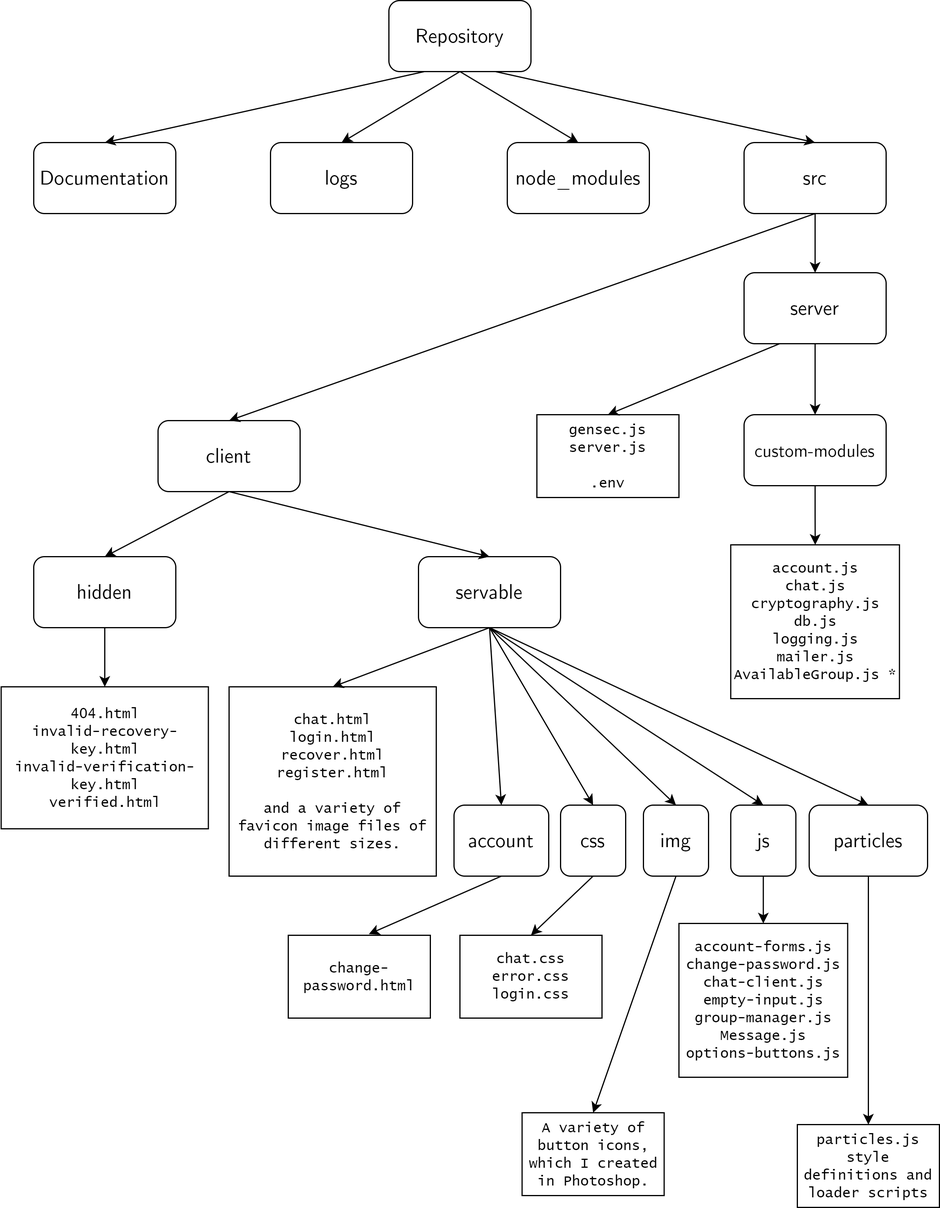
This is Documentation/Images/FileStructure.png from Matthew-Christopher/CrossTalk, a draw.io export, as it was before one commit. Source tidied: cells renumbered, new cells last; positions are measured from the earlier drawing's top-left corner, leaving out a move shared by most shapes.
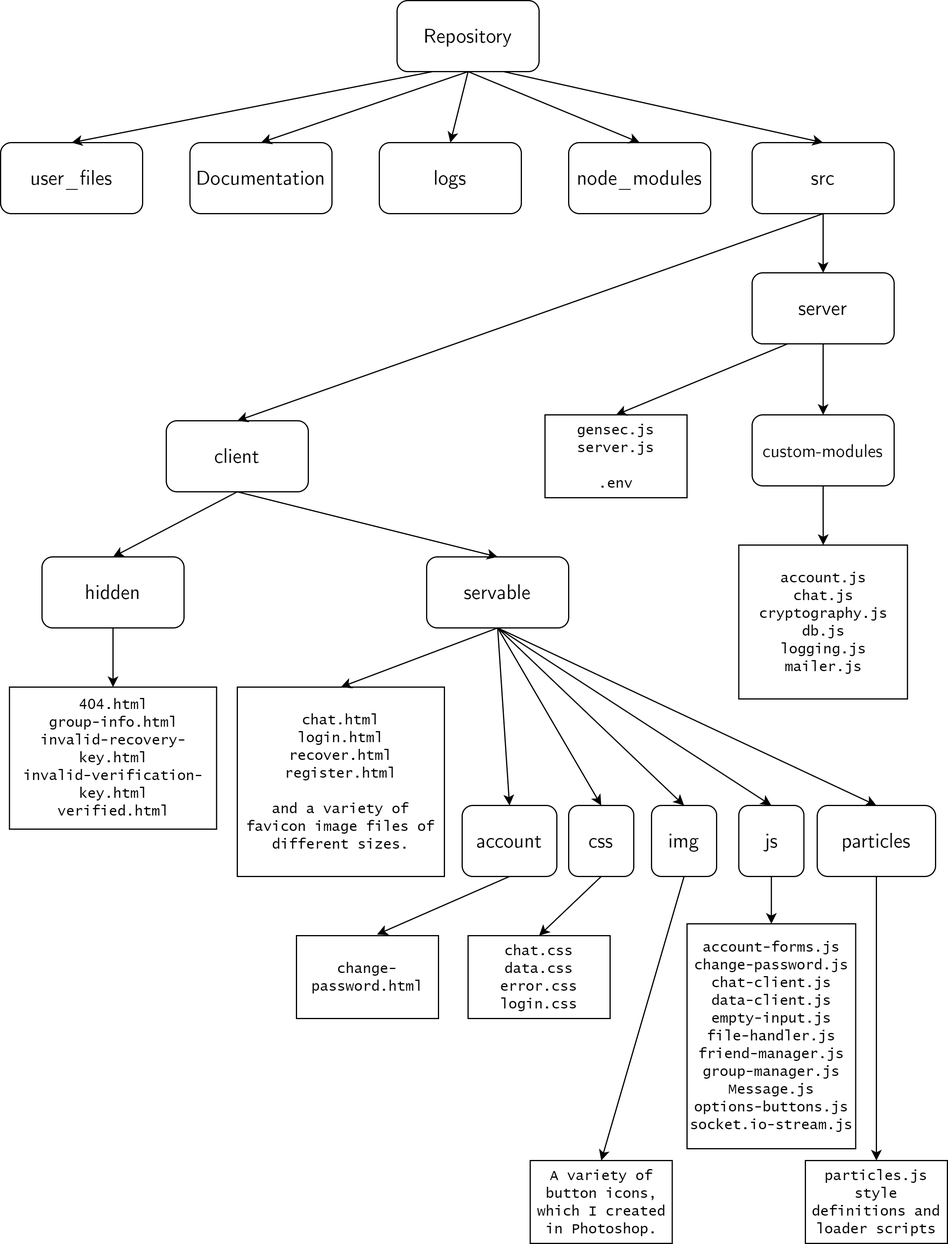
The same file after the commit.

Change to the diagram source:
```diff
@@ -6,7 +6,7 @@
       <mxGeometry x="327" width="120" height="60" as="geometry" />
     </mxCell>
     <mxCell id="3" value="&lt;font style=&quot;font-size: 17px&quot;&gt;logs&lt;/font&gt;" style="rounded=1;whiteSpace=wrap;html=1;fontFamily=CMU;fontSource=http%3A%2F%2Fmirrors.ctan.org%2Ffonts%2Fcm-unicode%2Ffonts%2Fotf%2Fcmunss.otf;" parent="1" vertex="1">
-      <mxGeometry x="227" y="120" width="120" height="60" as="geometry" />
+      <mxGeometry x="312" y="120" width="120" height="60" as="geometry" />
     </mxCell>
     <mxCell id="4" style="edgeStyle=orthogonalEdgeStyle;rounded=0;jettySize=auto;html=1;exitX=0.5;exitY=1;exitDx=0;exitDy=0;entryX=0.5;entryY=0;entryDx=0;entryDy=0;" parent="1" edge="1" source="5" target="13">
       <mxGeometry relative="1" as="geometry" />
@@ -15,12 +15,12 @@
       <mxGeometry x="627" y="120" width="120" height="60" as="geometry" />
     </mxCell>
     <mxCell id="6" value="&lt;font style=&quot;font-size: 17px&quot;&gt;Documentation&lt;/font&gt;" style="rounded=1;whiteSpace=wrap;html=1;fontFamily=CMU;fontSource=http%3A%2F%2Fmirrors.ctan.org%2Ffonts%2Fcm-unicode%2Ffonts%2Fotf%2Fcmunss.otf;" parent="1" vertex="1">
-      <mxGeometry x="27" y="120" width="120" height="60" as="geometry" />
+      <mxGeometry x="152" y="120" width="120" height="60" as="geometry" />
     </mxCell>
     <mxCell id="7" value="&lt;font style=&quot;font-size: 17px&quot;&gt;node_modules&lt;/font&gt;" style="rounded=1;whiteSpace=wrap;html=1;fontFamily=CMU;fontSource=http%3A%2F%2Fmirrors.ctan.org%2Ffonts%2Fcm-unicode%2Ffonts%2Fotf%2Fcmunss.otf;" parent="1" vertex="1">
-      <mxGeometry x="427" y="120" width="120" height="60" as="geometry" />
+      <mxGeometry x="472" y="120" width="120" height="60" as="geometry" />
     </mxCell>
-    <mxCell id="8" style="endArrow=classic;html=1;entryX=0.5;entryY=0;entryDx=0;entryDy=0;exitX=0.25;exitY=1;exitDx=0;exitDy=0;" parent="1" edge="1" source="2" target="6">
+    <mxCell id="8" style="endArrow=classic;html=1;entryX=0.5;entryY=0;entryDx=0;entryDy=0;exitX=0.5;exitY=1;exitDx=0;exitDy=0;" parent="1" edge="1" source="2" target="6">
       <mxGeometry relative="1" as="geometry" />
     </mxCell>
     <mxCell id="9" style="endArrow=classic;html=1;entryX=0.5;entryY=0;entryDx=0;entryDy=0;exitX=0.5;exitY=1;exitDx=0;exitDy=0;" parent="1" edge="1" source="2" target="3">
@@ -56,7 +56,7 @@
     <mxCell id="19" style="endArrow=classic;html=1;entryX=0.5;entryY=0;entryDx=0;entryDy=0;exitX=0.25;exitY=1;exitDx=0;exitDy=0;" parent="1" edge="1" source="13" target="16">
       <mxGeometry relative="1" as="geometry" />
     </mxCell>
-    <mxCell id="20" value="&lt;font face=&quot;Lucida Console&quot;&gt;account.js&lt;br&gt;chat.js&lt;br&gt;cryptography.js&lt;br&gt;db.js&lt;br&gt;logging.js&lt;br&gt;mailer.js&lt;br&gt;AvailableGroup.js *&lt;/font&gt;" style="rounded=0;whiteSpace=wrap;html=1;" parent="1" vertex="1">
+    <mxCell id="20" value="&lt;font face=&quot;Lucida Console&quot;&gt;account.js&lt;br&gt;chat.js&lt;br&gt;cryptography.js&lt;br&gt;db.js&lt;br&gt;logging.js&lt;br&gt;mailer.js&lt;br&gt;&lt;/font&gt;" style="rounded=0;whiteSpace=wrap;html=1;" parent="1" vertex="1">
       <mxGeometry x="615.8" y="460" width="142.5" height="130" as="geometry" />
     </mxCell>
     <mxCell id="21" style="edgeStyle=orthogonalEdgeStyle;rounded=0;jettySize=auto;html=1;exitX=0.5;exitY=1;exitDx=0;exitDy=0;entryX=0.5;entryY=0;entryDx=0;entryDy=0;" parent="1" edge="1" source="22" target="26">
@@ -74,7 +74,7 @@
     <mxCell id="25" style="endArrow=classic;html=1;exitX=0.5;exitY=1;exitDx=0;exitDy=0;entryX=0.5;entryY=0;entryDx=0;entryDy=0;" parent="1" edge="1" source="14" target="23">
       <mxGeometry relative="1" as="geometry" />
     </mxCell>
-    <mxCell id="26" value="&lt;font face=&quot;Lucida Console&quot;&gt;404.html&lt;br&gt;invalid-recovery-key.html&lt;br&gt;invalid-verification-key.html&lt;br&gt;verified.html&lt;br&gt;&lt;/font&gt;" style="rounded=0;whiteSpace=wrap;html=1;" parent="1" vertex="1">
+    <mxCell id="26" value="&lt;font face=&quot;Lucida Console&quot;&gt;404.html&lt;br&gt;group-info.html&lt;br&gt;invalid-recovery-key.html&lt;br&gt;invalid-verification-key.html&lt;br&gt;verified.html&lt;br&gt;&lt;/font&gt;" style="rounded=0;whiteSpace=wrap;html=1;" parent="1" vertex="1">
       <mxGeometry x="-0.5" y="580" width="175" height="120" as="geometry" />
     </mxCell>
     <mxCell id="27" value="&lt;font face=&quot;Lucida Console&quot;&gt;chat.html&lt;br&gt;login.html&lt;br&gt;recover.html&lt;br&gt;register.html&lt;br&gt;&lt;br&gt;and a variety of favicon image files of different sizes.&lt;br&gt;&lt;/font&gt;" style="rounded=0;whiteSpace=wrap;html=1;" parent="1" vertex="1">
@@ -121,29 +121,35 @@
     <mxCell id="40" style="endArrow=classic;html=1;entryX=0.567;entryY=-0.014;entryDx=0;entryDy=0;entryPerimeter=0;exitX=0.5;exitY=1;exitDx=0;exitDy=0;" parent="1" edge="1" source="29" target="39">
       <mxGeometry relative="1" as="geometry" />
     </mxCell>
-    <mxCell id="41" value="&lt;font face=&quot;Lucida Console&quot;&gt;chat.css&lt;br&gt;error.css&lt;br&gt;login.css&lt;br&gt;&lt;/font&gt;" style="rounded=0;whiteSpace=wrap;html=1;" parent="1" vertex="1">
+    <mxCell id="41" value="&lt;font face=&quot;Lucida Console&quot;&gt;chat.css&lt;br&gt;data.css&lt;br&gt;error.css&lt;br&gt;login.css&lt;br&gt;&lt;/font&gt;" style="rounded=0;whiteSpace=wrap;html=1;" parent="1" vertex="1">
       <mxGeometry x="387" y="790" width="120" height="70" as="geometry" />
     </mxCell>
     <mxCell id="42" style="endArrow=classic;html=1;entryX=0.5;entryY=0;entryDx=0;entryDy=0;exitX=0.5;exitY=1;exitDx=0;exitDy=0;" parent="1" edge="1" source="30" target="41">
       <mxGeometry relative="1" as="geometry" />
     </mxCell>
     <mxCell id="43" value="&lt;font face=&quot;Lucida Console&quot;&gt;A variety of button icons, which I created in Photoshop.&lt;br&gt;&lt;/font&gt;" style="rounded=0;whiteSpace=wrap;html=1;" parent="1" vertex="1">
-      <mxGeometry x="439.5" y="940" width="120" height="70" as="geometry" />
+      <mxGeometry x="439.5" y="980" width="120" height="70" as="geometry" />
     </mxCell>
     <mxCell id="44" style="endArrow=classic;html=1;entryX=0.5;entryY=0;entryDx=0;entryDy=0;exitX=0.5;exitY=1;exitDx=0;exitDy=0;" parent="1" edge="1" source="31" target="43">
       <mxGeometry relative="1" as="geometry" />
     </mxCell>
-    <mxCell id="45" value="&lt;font face=&quot;Lucida Console&quot;&gt;account-forms.js&lt;br&gt;change-password.js&lt;br&gt;chat-client.js&lt;br&gt;empty-input.js&lt;br&gt;group-manager.js&lt;br&gt;Message.js&lt;br&gt;options-buttons.js&lt;/font&gt;" style="rounded=0;whiteSpace=wrap;html=1;" parent="1" vertex="1">
-      <mxGeometry x="572" y="780" width="142.5" height="130" as="geometry" />
+    <mxCell id="45" value="&lt;font face=&quot;Lucida Console&quot;&gt;account-forms.js&lt;br&gt;change-password.js&lt;br&gt;chat-client.js&lt;br&gt;data-client.js&lt;br&gt;empty-input.js&lt;br&gt;file-handler.js&lt;br&gt;friend-manager.js&lt;br&gt;group-manager.js&lt;br&gt;Message.js&lt;br&gt;options-buttons.js&lt;br&gt;socket.io-stream.js&lt;br&gt;&lt;/font&gt;" style="rounded=0;whiteSpace=wrap;html=1;" parent="1" vertex="1">
+      <mxGeometry x="572" y="780" width="142.5" height="190" as="geometry" />
     </mxCell>
     <mxCell id="46" style="endArrow=classic;html=1;entryX=0.5;entryY=0;entryDx=0;entryDy=0;exitX=0.5;exitY=1;exitDx=0;exitDy=0;" parent="1" edge="1" source="32" target="45">
       <mxGeometry relative="1" as="geometry" />
     </mxCell>
     <mxCell id="47" value="&lt;font face=&quot;Lucida Console&quot;&gt;particles.js style definitions and loader scripts&lt;br&gt;&lt;/font&gt;" style="rounded=0;whiteSpace=wrap;html=1;" parent="1" vertex="1">
-      <mxGeometry x="672" y="950" width="120" height="70" as="geometry" />
+      <mxGeometry x="672" y="980" width="120" height="70" as="geometry" />
     </mxCell>
     <mxCell id="48" style="endArrow=classic;html=1;entryX=0.5;entryY=0;entryDx=0;entryDy=0;exitX=0.5;exitY=1;exitDx=0;exitDy=0;" parent="1" edge="1" source="33" target="47">
       <mxGeometry relative="1" as="geometry" />
     </mxCell>
+    <mxCell id="49" value="&lt;font style=&quot;font-size: 17px&quot;&gt;user_files&lt;/font&gt;" style="rounded=1;whiteSpace=wrap;html=1;fontFamily=CMU;fontSource=http%3A%2F%2Fmirrors.ctan.org%2Ffonts%2Fcm-unicode%2Ffonts%2Fotf%2Fcmunss.otf;" parent="1" vertex="1">
+      <mxGeometry x="-8" y="120" width="120" height="60" as="geometry" />
+    </mxCell>
+    <mxCell id="50" style="endArrow=classic;html=1;entryX=0.5;entryY=0;entryDx=0;entryDy=0;exitX=0.25;exitY=1;exitDx=0;exitDy=0;" parent="1" edge="1" source="2" target="49">
+      <mxGeometry relative="1" as="geometry" />
+    </mxCell>
   </root>
 </mxGraphModel>
```
